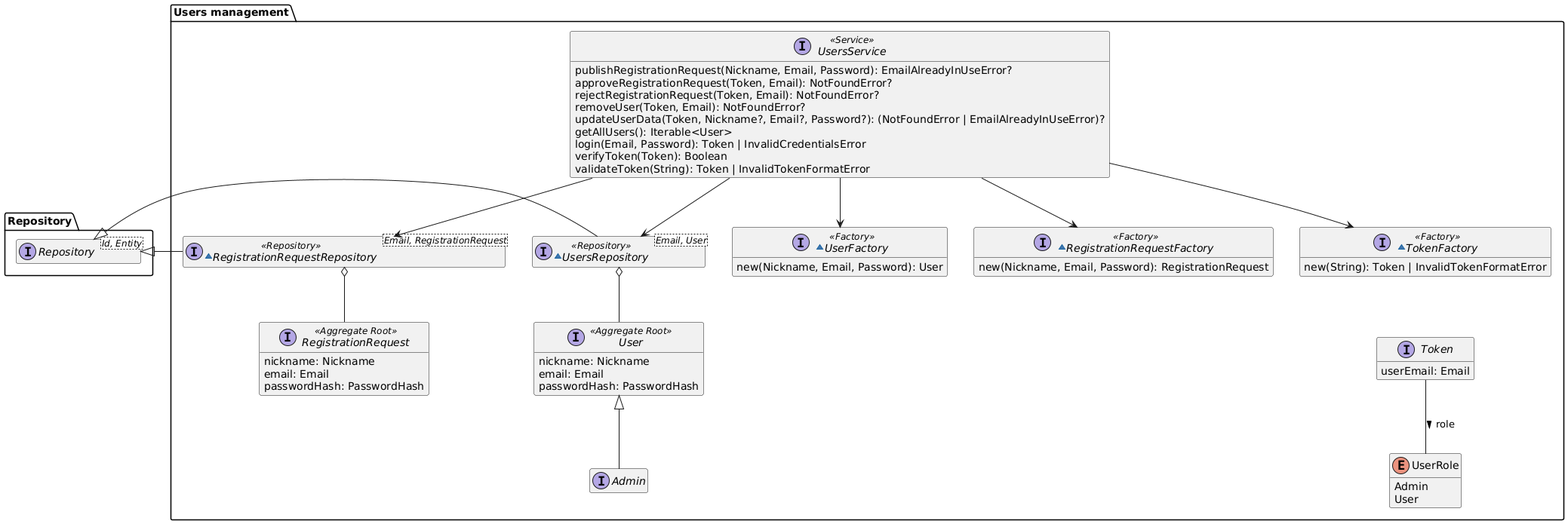
The PlantUML diagram diagrams/generated/users-management-domain-model.png in DomoticASW/.github, before a commit.
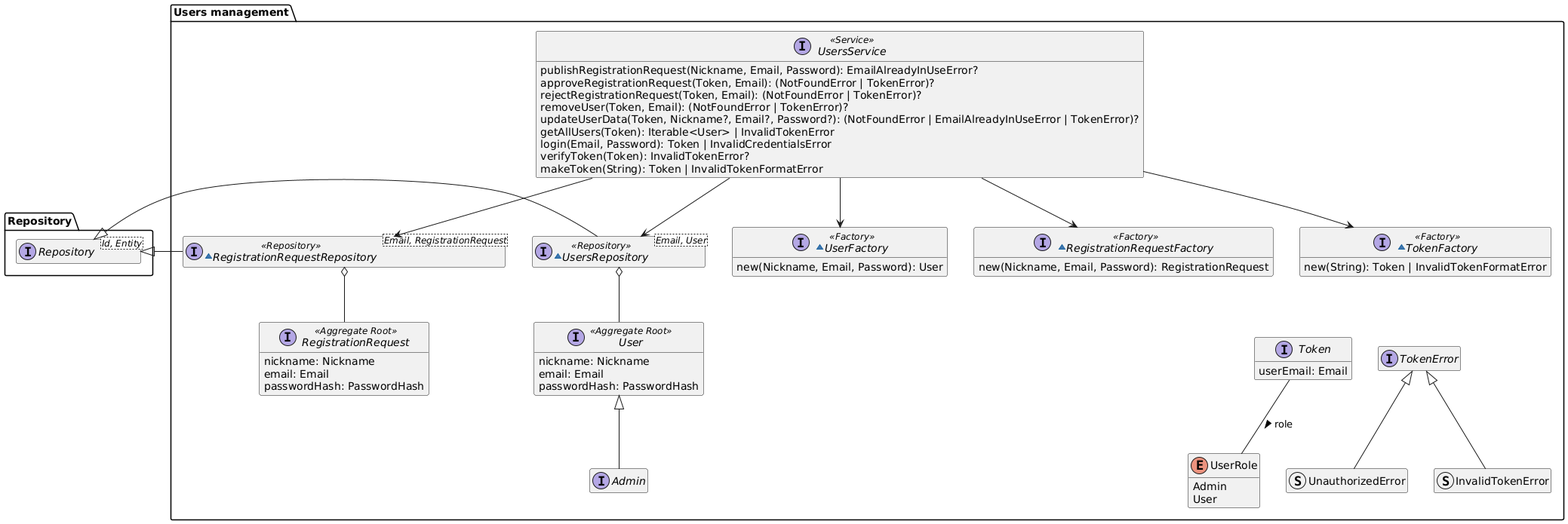
After the commit.

Commit message:
Add token errors to every method

Change to the diagram source:
```diff
@@ -30,14 +30,14 @@
 
     interface UsersService <<Service>> {
         publishRegistrationRequest(Nickname, Email, Password): EmailAlreadyInUseError?
-        approveRegistrationRequest(Token, Email): NotFoundError?
-        rejectRegistrationRequest(Token, Email): NotFoundError?
-        removeUser(Token, Email): NotFoundError?
-        updateUserData(Token, Nickname?, Email?, Password?): (NotFoundError | EmailAlreadyInUseError)?
-        getAllUsers(): Iterable<User>
+        approveRegistrationRequest(Token, Email): (NotFoundError | TokenError)?
+        rejectRegistrationRequest(Token, Email): (NotFoundError | TokenError)?
+        removeUser(Token, Email): (NotFoundError | TokenError)?
+        updateUserData(Token, Nickname?, Email?, Password?): (NotFoundError | EmailAlreadyInUseError | TokenError)?
+        getAllUsers(Token): Iterable<User> | InvalidTokenError
         login(Email, Password): Token | InvalidCredentialsError
-        verifyToken(Token): Boolean
-        validateToken(String): Token | InvalidTokenFormatError
+        verifyToken(Token): InvalidTokenError?
+        makeToken(String): Token | InvalidTokenFormatError
     }
 
     ~interface RegistrationRequestRepository<Email, RegistrationRequest> <<Repository>> {
@@ -52,6 +52,10 @@
     UsersService --> UsersRepository
     UsersService --> RegistrationRequestRepository
 
+    interface TokenError
+    struct UnauthorizedError extends TokenError
+    struct InvalidTokenError extends TokenError
+    Token -r[hidden]- TokenError
 
     ~interface UserFactory <<Factory>> {
         new(Nickname, Email, Password): User
@@ -66,6 +70,7 @@
     UsersService --> UserFactory
     UsersService --> RegistrationRequestFactory
     UsersService --> TokenFactory
+
 }
 
 @enduml
```
